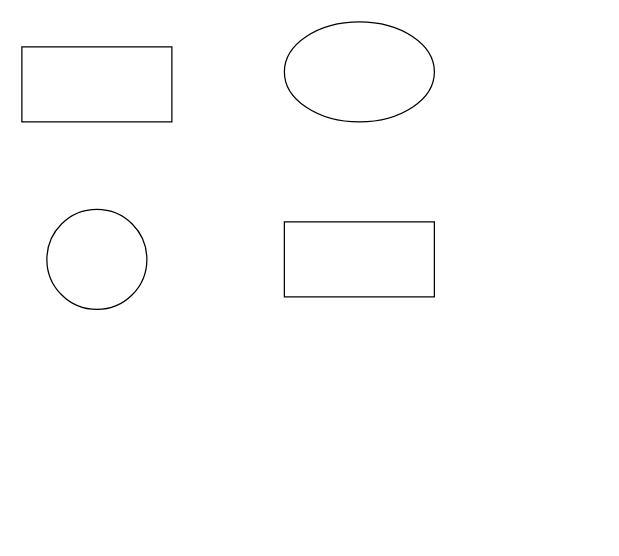
The draw.io diagram noname.drawio in Purpursarkans/diagrams, before the edit. Source tidied: cells renumbered, new cells numbered last; positions are measured from the earlier drawing's top-left corner, leaving out a move shared by most shapes. Both pictures are drawn from the tidied source at 125%, with x=0, y=0 at pixel (21, 21).
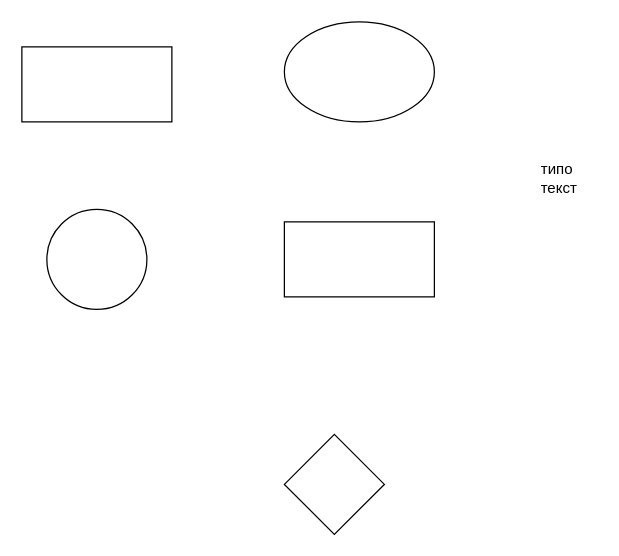
After the change.

What changed in the source:
```diff
@@
 <mxGraphModel>
   <root>
     <mxCell id="0" />
     <mxCell id="1" parent="0" />
     <mxCell id="2" style="ellipse;whiteSpace=wrap;html=1;" parent="1" vertex="1">
       <mxGeometry x="210" width="120" height="80" as="geometry" />
     </mxCell>
     <mxCell id="3" style="rounded=0;whiteSpace=wrap;html=1;" parent="1" vertex="1">
       <mxGeometry y="20" width="120" height="60" as="geometry" />
     </mxCell>
     <mxCell id="4" style="rounded=0;whiteSpace=wrap;html=1;" parent="1" vertex="1">
       <mxGeometry x="210" y="160" width="120" height="60" as="geometry" />
     </mxCell>
     <mxCell id="5" style="ellipse;whiteSpace=wrap;html=1;" parent="1" vertex="1">
       <mxGeometry x="20" y="150" width="80" height="80" as="geometry" />
     </mxCell>
+    <mxCell id="6" value="&lt;div&gt;типо&amp;nbsp;&lt;/div&gt;&lt;div&gt;текст&lt;/div&gt;" style="text;html=1;align=center;verticalAlign=middle;whiteSpace=wrap;rounded=0;" parent="1" vertex="1">
+      <mxGeometry x="400" y="110" width="60" height="30" as="geometry" />
+    </mxCell>
+    <mxCell id="7" style="rhombus;whiteSpace=wrap;html=1;" parent="1" vertex="1">
+      <mxGeometry x="210" y="330" width="80" height="80" as="geometry" />
+    </mxCell>
   </root>
 </mxGraphModel>
```
